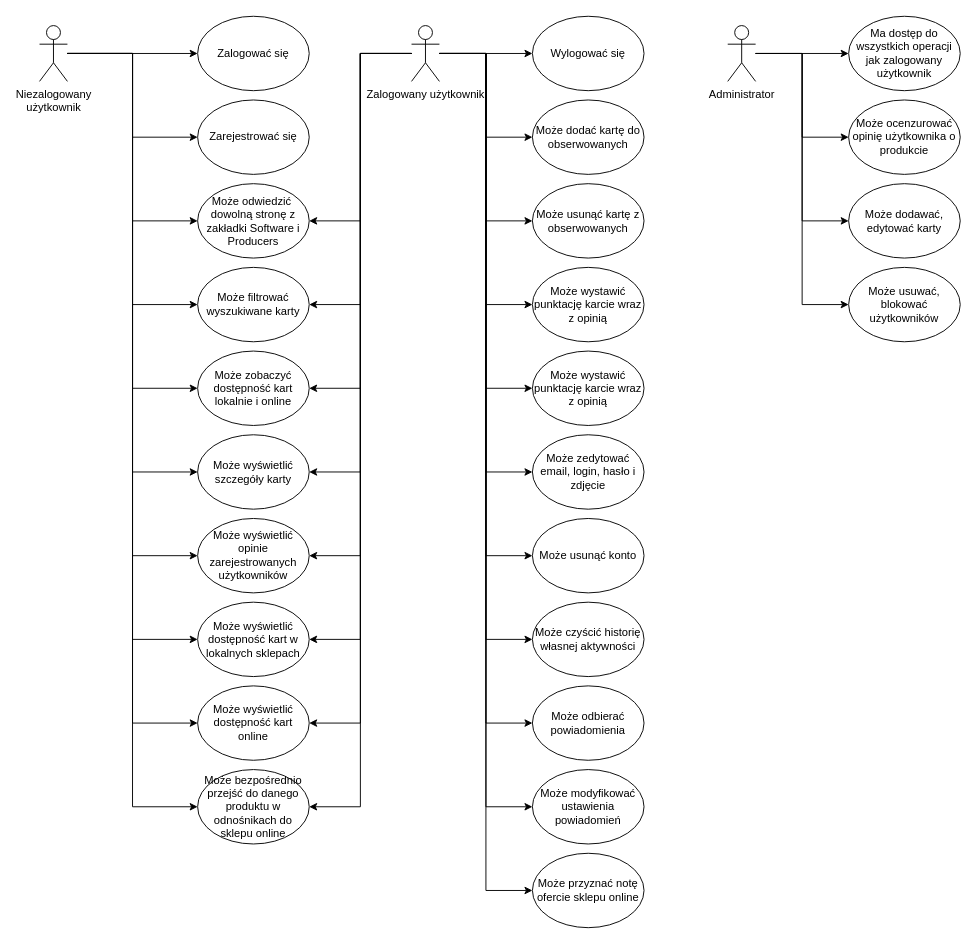
The draw.io diagram Aktywności.drawio in Paros998/TopCardsFe, before the edit. Source tidied: cells renumbered, new cells numbered last; positions are measured from the earlier drawing's top-left corner, leaving out a move shared by most shapes. Both pictures are drawn from the tidied source at 93%, with x=0, y=0 at pixel (39, 16).
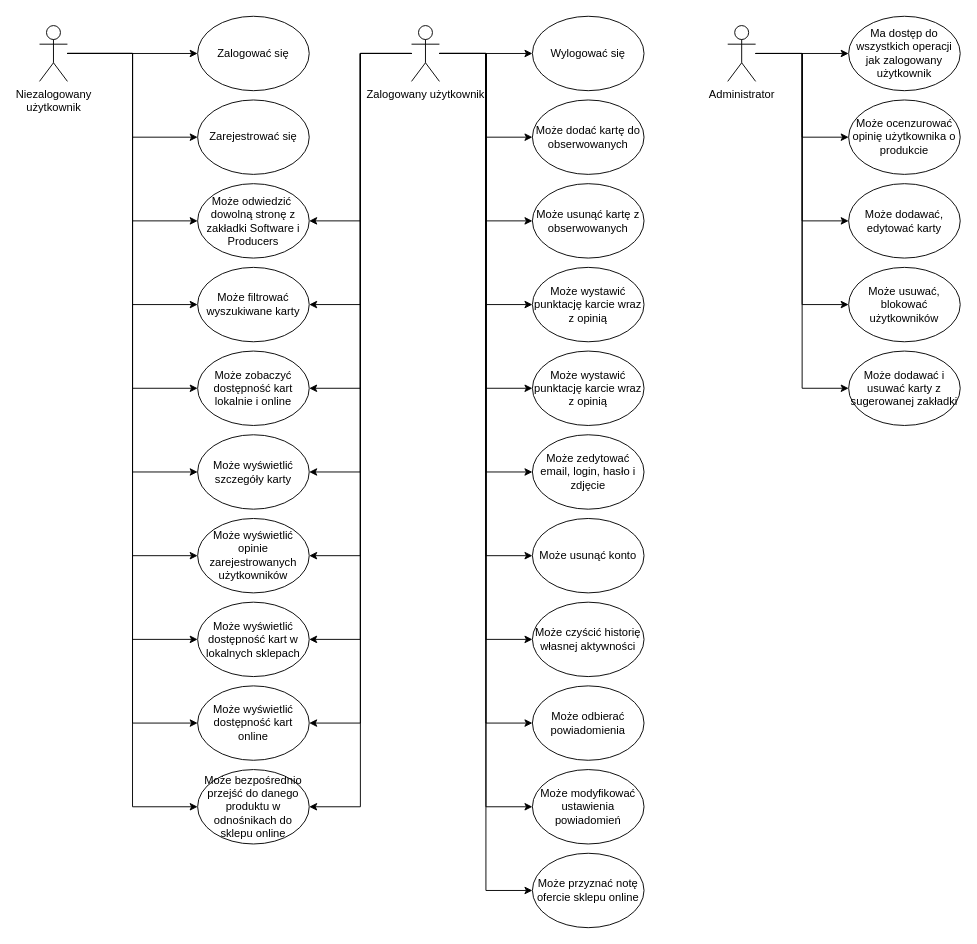
The same diagram, later.

The change refers to these unchanged cells:
```xml
<mxCell id="58" value="Administrator" style="shape=umlActor;verticalLabelPosition=bottom;verticalAlign=top;html=1;outlineConnect=0;" parent="1" vertex="1">
  <mxGeometry x="740" y="10" width="30" height="60" as="geometry" />
</mxCell>
```

The edit, as a diff of the source:
```diff
@@
+    <mxCell id="63" style="edgeStyle=orthogonalEdgeStyle;rounded=0;jettySize=auto;html=1;entryX=0;entryY=0.5;entryDx=0;entryDy=0;" parent="1" edge="1" source="58" target="64">
+      <mxGeometry relative="1" as="geometry" />
+    </mxCell>
@@
+    <mxCell id="64" value="Może dodawać i usuwać karty z sugerowanej zakładki" style="ellipse;whiteSpace=wrap;html=1;" parent="1" vertex="1">
+      <mxGeometry x="870" y="360" width="120" height="80" as="geometry" />
+    </mxCell>
```
